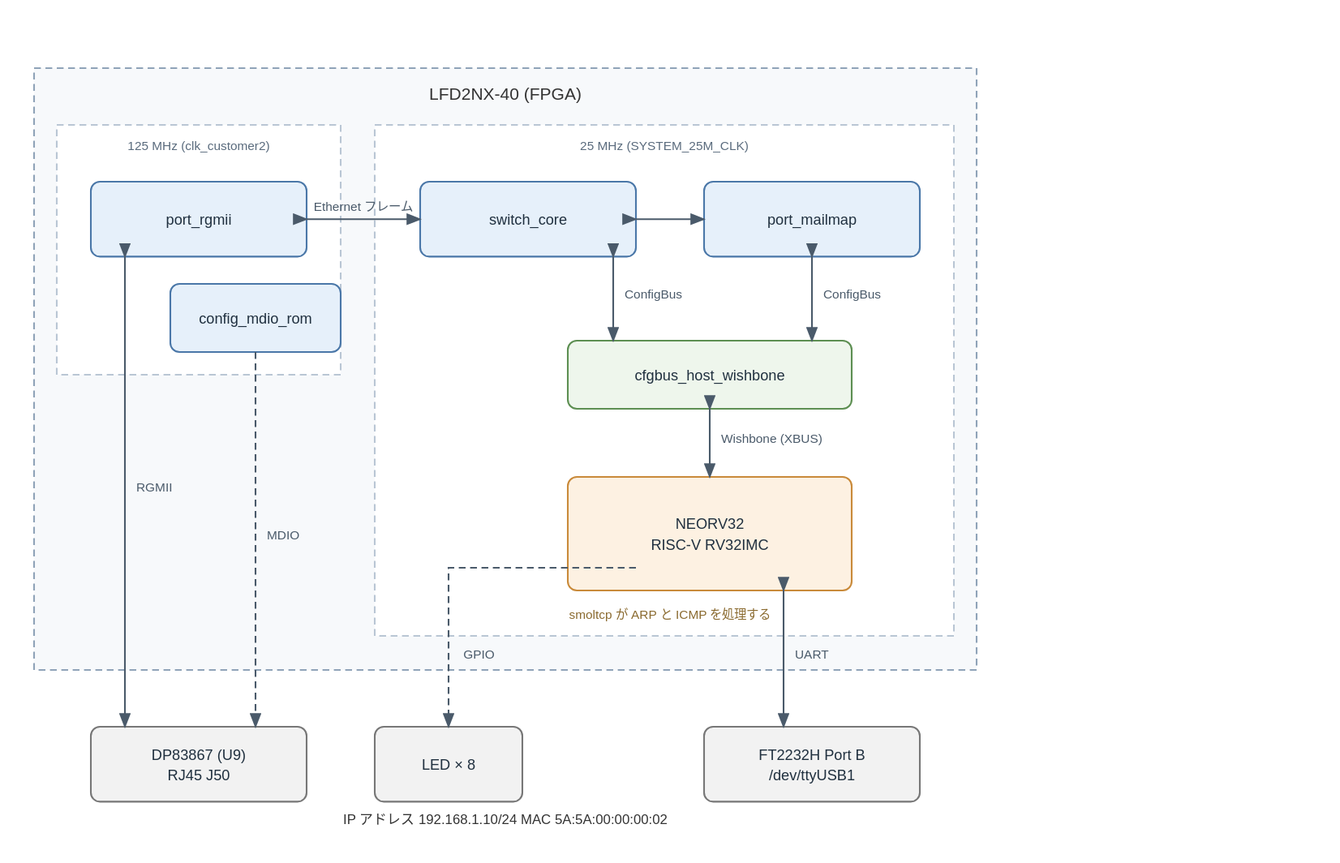
Earlier version of the draw.io export projects/managed_switch/doc/managed_switch_block.drawio.svg (miya930/certus-nx-hello). Source tidied: cells renumbered, new cells last; positions are measured from the earlier drawing's top-left corner, leaving out a move shared by most shapes.
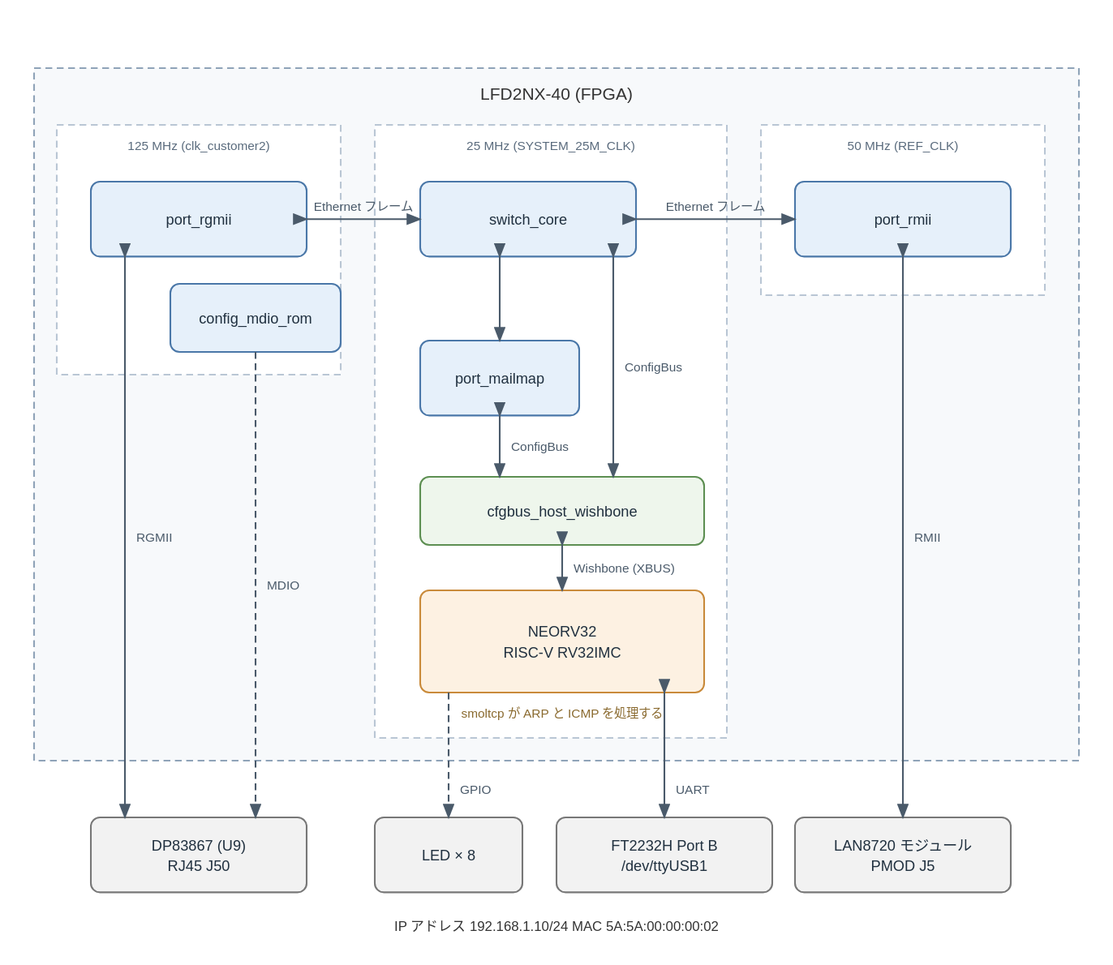
Later version of the same file.

Commit message:
Add an RMII port for a LAN8720 module on PMOD J5

The edit, as a diff of the source:
```diff
@@ -3,14 +3,17 @@
     <mxCell id="0" />
     <mxCell id="1" parent="0" />
     <mxCell id="2" style="rounded=0;dashed=1;dashPattern=6 4;whiteSpace=wrap;html=1;fillColor=#f7f9fb;strokeColor=#8fa3b8;verticalAlign=middle;fontSize=13;" parent="1" vertex="1">
-      <mxGeometry x="55" width="830" height="530" as="geometry" />
+      <mxGeometry x="55" width="920" height="610" as="geometry" />
     </mxCell>
     <mxCell id="3" style="rounded=0;dashed=1;dashPattern=6 4;whiteSpace=wrap;html=1;fillColor=#ffffff;strokeColor=#b9c6d4;verticalAlign=middle;fontSize=13;" parent="1" vertex="1">
       <mxGeometry x="75" y="50" width="250" height="220" as="geometry" />
     </mxCell>
     <mxCell id="4" style="rounded=0;dashed=1;dashPattern=6 4;whiteSpace=wrap;html=1;fillColor=#ffffff;strokeColor=#b9c6d4;verticalAlign=middle;fontSize=13;" parent="1" vertex="1">
-      <mxGeometry x="355" y="50" width="510" height="450" as="geometry" />
+      <mxGeometry x="355" y="50" width="310" height="540" as="geometry" />
     </mxCell>
+    <mxCell id="28" style="rounded=0;dashed=1;dashPattern=6 4;whiteSpace=wrap;html=1;fillColor=#ffffff;strokeColor=#b9c6d4;verticalAlign=middle;fontSize=13;" parent="1" vertex="1">
+      <mxGeometry x="695" y="50" width="250" height="150" as="geometry" />
+    </mxCell>
     <mxCell id="5" value="port_rgmii" style="rounded=1;arcSize=8;dashed=0;whiteSpace=wrap;html=1;fillColor=#e6f0fa;strokeColor=#4a77a8;verticalAlign=middle;fontSize=13;" parent="1" vertex="1">
       <mxGeometry x="105" y="100" width="190" height="66" as="geometry" />
     </mxCell>
@@ -20,95 +23,113 @@
     <mxCell id="7" value="switch_core" style="rounded=1;arcSize=8;dashed=0;whiteSpace=wrap;html=1;fillColor=#e6f0fa;strokeColor=#4a77a8;verticalAlign=middle;fontSize=13;" parent="1" vertex="1">
       <mxGeometry x="395" y="100" width="190" height="66" as="geometry" />
     </mxCell>
+    <mxCell id="29" value="port_rmii" style="rounded=1;arcSize=8;dashed=0;whiteSpace=wrap;html=1;fillColor=#e6f0fa;strokeColor=#4a77a8;verticalAlign=middle;fontSize=13;" parent="1" vertex="1">
+      <mxGeometry x="725" y="100" width="190" height="66" as="geometry" />
+    </mxCell>
     <mxCell id="8" value="port_mailmap" style="rounded=1;arcSize=8;dashed=0;whiteSpace=wrap;html=1;fillColor=#e6f0fa;strokeColor=#4a77a8;verticalAlign=middle;fontSize=13;" parent="1" vertex="1">
-      <mxGeometry x="645" y="100" width="190" height="66" as="geometry" />
+      <mxGeometry x="395" y="240" width="140" height="66" as="geometry" />
     </mxCell>
     <mxCell id="9" value="cfgbus_host_wishbone" style="rounded=1;arcSize=8;dashed=0;whiteSpace=wrap;html=1;fillColor=#eef6ec;strokeColor=#5d8f52;verticalAlign=middle;fontSize=13;" parent="1" vertex="1">
-      <mxGeometry x="525" y="240" width="250" height="60" as="geometry" />
+      <mxGeometry x="395" y="360" width="250" height="60" as="geometry" />
     </mxCell>
     <mxCell id="10" value="NEORV32&#10;RISC-V RV32IMC" style="rounded=1;arcSize=8;dashed=0;whiteSpace=wrap;html=1;fillColor=#fdf1e2;strokeColor=#c98a3a;verticalAlign=middle;fontSize=13;" parent="1" vertex="1">
-      <mxGeometry x="525" y="360" width="250" height="100" as="geometry" />
+      <mxGeometry x="395" y="460" width="250" height="90" as="geometry" />
     </mxCell>
     <mxCell id="11" value="DP83867 (U9)&#10;RJ45 J50" style="rounded=1;arcSize=8;dashed=0;whiteSpace=wrap;html=1;fillColor=#f2f2f2;strokeColor=#777777;verticalAlign=middle;fontSize=13;" parent="1" vertex="1">
-      <mxGeometry x="105" y="580" width="190" height="66" as="geometry" />
+      <mxGeometry x="105" y="660" width="190" height="66" as="geometry" />
     </mxCell>
     <mxCell id="12" value="LED × 8" style="rounded=1;arcSize=8;dashed=0;whiteSpace=wrap;html=1;fillColor=#f2f2f2;strokeColor=#777777;verticalAlign=middle;fontSize=13;" parent="1" vertex="1">
-      <mxGeometry x="355" y="580" width="130" height="66" as="geometry" />
+      <mxGeometry x="355" y="660" width="130" height="66" as="geometry" />
     </mxCell>
     <mxCell id="13" value="FT2232H Port B&#10;/dev/ttyUSB1" style="rounded=1;arcSize=8;dashed=0;whiteSpace=wrap;html=1;fillColor=#f2f2f2;strokeColor=#777777;verticalAlign=middle;fontSize=13;" parent="1" vertex="1">
-      <mxGeometry x="645" y="580" width="190" height="66" as="geometry" />
+      <mxGeometry x="515" y="660" width="190" height="66" as="geometry" />
     </mxCell>
+    <mxCell id="30" value="LAN8720 モジュール&#10;PMOD J5" style="rounded=1;arcSize=8;dashed=0;whiteSpace=wrap;html=1;fillColor=#f2f2f2;strokeColor=#777777;verticalAlign=middle;fontSize=13;" parent="1" vertex="1">
+      <mxGeometry x="725" y="660" width="190" height="66" as="geometry" />
+    </mxCell>
     <mxCell id="14" value="Ethernet フレーム" style="edgeStyle=orthogonalEdgeStyle;html=1;endArrow=classic;endFill=1;startArrow=classic;startFill=1;strokeColor=#4a5a6a;fontSize=11;" parent="1" edge="1">
       <mxGeometry relative="1" as="geometry">
         <mxPoint x="295" y="133" as="sourcePoint" />
         <mxPoint x="395" y="133" as="targetPoint" />
       </mxGeometry>
     </mxCell>
-    <mxCell id="15" style="edgeStyle=orthogonalEdgeStyle;html=1;endArrow=classic;endFill=1;startArrow=classic;startFill=1;strokeColor=#4a5a6a;fontSize=11;" parent="1" edge="1">
+    <mxCell id="15" value="Ethernet フレーム" style="edgeStyle=orthogonalEdgeStyle;html=1;endArrow=classic;endFill=1;startArrow=classic;startFill=1;strokeColor=#4a5a6a;fontSize=11;" parent="1" edge="1">
       <mxGeometry relative="1" as="geometry">
         <mxPoint x="585" y="133" as="sourcePoint" />
-        <mxPoint x="645" y="133" as="targetPoint" />
+        <mxPoint x="725" y="133" as="targetPoint" />
       </mxGeometry>
     </mxCell>
-    <mxCell id="16" value="ConfigBus" style="edgeStyle=orthogonalEdgeStyle;html=1;endArrow=classic;endFill=1;startArrow=classic;startFill=1;strokeColor=#4a5a6a;fontSize=11;" parent="1" edge="1">
+    <mxCell id="16" style="edgeStyle=orthogonalEdgeStyle;html=1;endArrow=classic;endFill=1;startArrow=classic;startFill=1;strokeColor=#4a5a6a;fontSize=11;" parent="1" edge="1">
       <mxGeometry relative="1" as="geometry">
-        <mxPoint x="740" y="166" as="sourcePoint" />
-        <mxPoint x="740" y="240" as="targetPoint" />
+        <mxPoint x="465" y="166" as="sourcePoint" />
+        <mxPoint x="465" y="240" as="targetPoint" />
       </mxGeometry>
     </mxCell>
     <mxCell id="17" value="ConfigBus" style="edgeStyle=orthogonalEdgeStyle;html=1;endArrow=classic;endFill=1;startArrow=classic;startFill=1;strokeColor=#4a5a6a;fontSize=11;" parent="1" edge="1">
       <mxGeometry relative="1" as="geometry">
         <mxPoint x="565" y="166" as="sourcePoint" />
-        <mxPoint x="565" y="240" as="targetPoint" />
+        <mxPoint x="565" y="360" as="targetPoint" />
       </mxGeometry>
     </mxCell>
-    <mxCell id="18" value="Wishbone (XBUS)" style="edgeStyle=orthogonalEdgeStyle;html=1;endArrow=classic;endFill=1;startArrow=classic;startFill=1;strokeColor=#4a5a6a;fontSize=11;" parent="1" edge="1">
+    <mxCell id="18" value="ConfigBus" style="edgeStyle=orthogonalEdgeStyle;html=1;endArrow=classic;endFill=1;startArrow=classic;startFill=1;strokeColor=#4a5a6a;fontSize=11;" parent="1" edge="1">
       <mxGeometry relative="1" as="geometry">
-        <mxPoint x="650" y="300" as="sourcePoint" />
-        <mxPoint x="650" y="360" as="targetPoint" />
+        <mxPoint x="465" y="306" as="sourcePoint" />
+        <mxPoint x="465" y="360" as="targetPoint" />
       </mxGeometry>
     </mxCell>
-    <mxCell id="19" value="MDIO" style="edgeStyle=orthogonalEdgeStyle;html=1;endArrow=classic;endFill=1;startArrow=none;dashed=1;dashPattern=6 4;strokeColor=#4a5a6a;fontSize=11;" parent="1" edge="1">
+    <mxCell id="19" value="Wishbone (XBUS)" style="edgeStyle=orthogonalEdgeStyle;html=1;endArrow=classic;endFill=1;startArrow=classic;startFill=1;strokeColor=#4a5a6a;fontSize=11;" parent="1" edge="1">
       <mxGeometry relative="1" as="geometry">
-        <mxPoint x="250" y="250" as="sourcePoint" />
-        <mxPoint x="250" y="580" as="targetPoint" />
+        <mxPoint x="520" y="420" as="sourcePoint" />
+        <mxPoint x="520" y="460" as="targetPoint" />
       </mxGeometry>
     </mxCell>
     <mxCell id="20" value="RGMII" style="edgeStyle=orthogonalEdgeStyle;html=1;endArrow=classic;endFill=1;startArrow=classic;startFill=1;strokeColor=#4a5a6a;fontSize=11;" parent="1" edge="1">
       <mxGeometry relative="1" as="geometry">
         <mxPoint x="135" y="166" as="sourcePoint" />
-        <mxPoint x="135" y="580" as="targetPoint" />
+        <mxPoint x="135" y="660" as="targetPoint" />
       </mxGeometry>
     </mxCell>
-    <mxCell id="21" value="GPIO" style="edgeStyle=orthogonalEdgeStyle;html=1;endArrow=classic;endFill=1;startArrow=none;dashed=1;dashPattern=6 4;strokeColor=#4a5a6a;fontSize=11;" parent="1" edge="1">
+    <mxCell id="21" value="MDIO" style="edgeStyle=orthogonalEdgeStyle;html=1;endArrow=classic;endFill=1;startArrow=none;dashed=1;dashPattern=6 4;strokeColor=#4a5a6a;fontSize=11;" parent="1" edge="1">
       <mxGeometry relative="1" as="geometry">
-        <mxPoint x="585" y="440" as="sourcePoint" />
-        <mxPoint x="420" y="580" as="targetPoint" />
-        <Array as="points">
-          <mxPoint x="420" y="440" />
-        </Array>
+        <mxPoint x="250" y="250" as="sourcePoint" />
+        <mxPoint x="250" y="660" as="targetPoint" />
       </mxGeometry>
     </mxCell>
-    <mxCell id="22" value="UART" style="edgeStyle=orthogonalEdgeStyle;html=1;endArrow=classic;endFill=1;startArrow=classic;startFill=1;strokeColor=#4a5a6a;fontSize=11;" parent="1" edge="1">
+    <mxCell id="22" value="RMII" style="edgeStyle=orthogonalEdgeStyle;html=1;endArrow=classic;endFill=1;startArrow=classic;startFill=1;strokeColor=#4a5a6a;fontSize=11;" parent="1" edge="1">
       <mxGeometry relative="1" as="geometry">
-        <mxPoint x="715" y="460" as="sourcePoint" />
-        <mxPoint x="715" y="580" as="targetPoint" />
+        <mxPoint x="820" y="166" as="sourcePoint" />
+        <mxPoint x="820" y="660" as="targetPoint" />
       </mxGeometry>
     </mxCell>
+    <mxCell id="31" value="GPIO" style="edgeStyle=orthogonalEdgeStyle;html=1;endArrow=classic;endFill=1;startArrow=none;dashed=1;dashPattern=6 4;strokeColor=#4a5a6a;fontSize=11;" parent="1" edge="1">
+      <mxGeometry relative="1" as="geometry">
+        <mxPoint x="420" y="550" as="sourcePoint" />
+        <mxPoint x="420" y="660" as="targetPoint" />
+      </mxGeometry>
+    </mxCell>
+    <mxCell id="32" value="UART" style="edgeStyle=orthogonalEdgeStyle;html=1;endArrow=classic;endFill=1;startArrow=classic;startFill=1;strokeColor=#4a5a6a;fontSize=11;" parent="1" edge="1">
+      <mxGeometry relative="1" as="geometry">
+        <mxPoint x="610" y="550" as="sourcePoint" />
+        <mxPoint x="610" y="660" as="targetPoint" />
+      </mxGeometry>
+    </mxCell>
     <mxCell id="23" value="LFD2NX-40 (FPGA)" style="text;html=1;align=center;verticalAlign=middle;fontSize=15;fontColor=#333333;" parent="1" vertex="1">
-      <mxGeometry x="270" y="16" width="400" height="24" as="geometry" />
+      <mxGeometry x="315" y="16" width="400" height="24" as="geometry" />
     </mxCell>
     <mxCell id="24" value="125 MHz (clk_customer2)" style="text;html=1;align=center;verticalAlign=middle;fontSize=11;fontColor=#5a6b7d;" parent="1" vertex="1">
       <mxGeometry y="60" width="400" height="24" as="geometry" />
     </mxCell>
     <mxCell id="25" value="25 MHz (SYSTEM_25M_CLK)" style="text;html=1;align=center;verticalAlign=middle;fontSize=11;fontColor=#5a6b7d;" parent="1" vertex="1">
-      <mxGeometry x="410" y="60" width="400" height="24" as="geometry" />
+      <mxGeometry x="310" y="60" width="400" height="24" as="geometry" />
     </mxCell>
-    <mxCell id="26" value="smoltcp が ARP と ICMP を処理する" style="text;html=1;align=center;verticalAlign=middle;fontSize=11;fontColor=#8a6a2f;" parent="1" vertex="1">
-      <mxGeometry x="415" y="473" width="400" height="24" as="geometry" />
+    <mxCell id="26" value="50 MHz (REF_CLK)" style="text;html=1;align=center;verticalAlign=middle;fontSize=11;fontColor=#5a6b7d;" parent="1" vertex="1">
+      <mxGeometry x="620" y="60" width="400" height="24" as="geometry" />
     </mxCell>
-    <mxCell id="27" value="IP アドレス 192.168.1.10/24   MAC 5A:5A:00:00:00:02" style="text;html=1;align=center;verticalAlign=middle;fontSize=12;fontColor=#333333;" parent="1" vertex="1">
-      <mxGeometry x="270" y="654" width="400" height="24" as="geometry" />
+    <mxCell id="27" value="smoltcp が ARP と ICMP を処理する" style="text;html=1;align=center;verticalAlign=middle;fontSize=11;fontColor=#8a6a2f;" parent="1" vertex="1">
+      <mxGeometry x="320" y="560" width="400" height="24" as="geometry" />
     </mxCell>
+    <mxCell id="33" value="IP アドレス 192.168.1.10/24   MAC 5A:5A:00:00:00:02" style="text;html=1;align=center;verticalAlign=middle;fontSize=12;fontColor=#333333;" parent="1" vertex="1">
+      <mxGeometry x="315" y="748" width="400" height="24" as="geometry" />
+    </mxCell>
   </root>
 </mxGraphModel>
```
